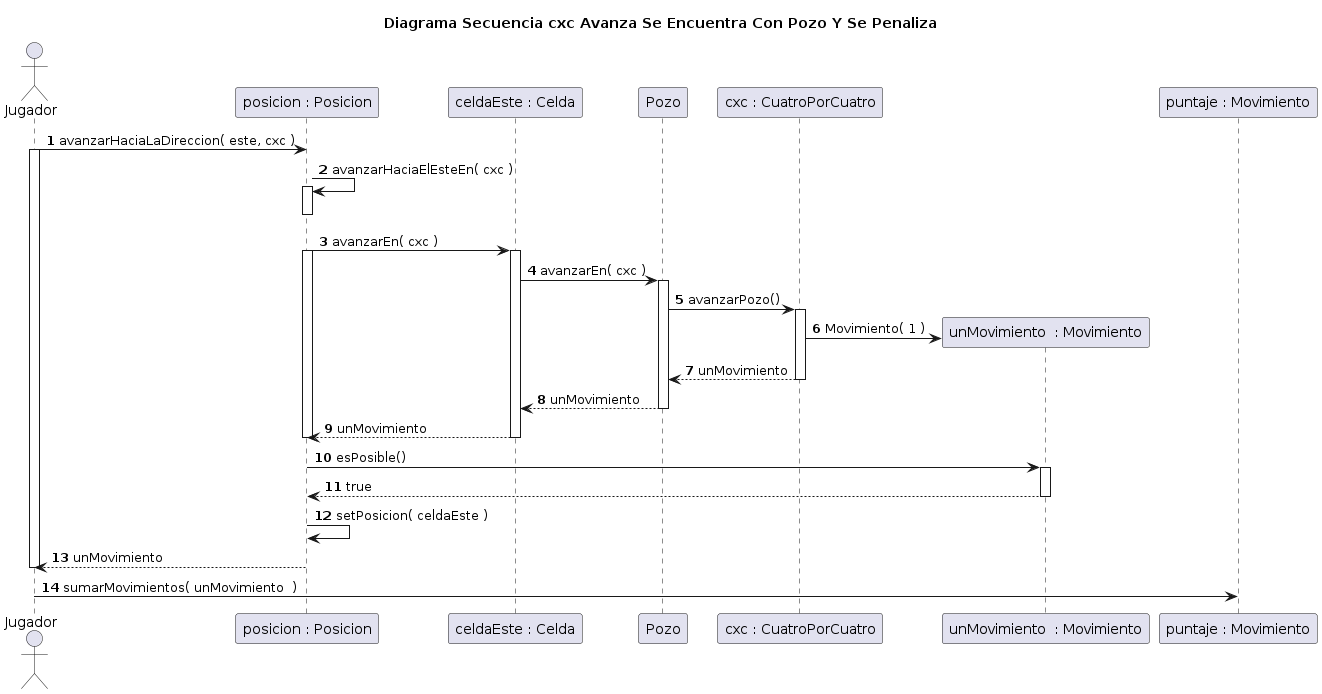
Before: diagrams/borradores/imagenes/DiagramaSecuenciaCasoConPozoEnCuatroPorCuatro.png, a diagram exported from PlantUML (rodrigovzq/algo3_tp2). The source it was exported from:
```plantuml
@startuml
title Diagrama Secuencia cxc Avanza Se Encuentra Con Pozo Y Se Penaliza

autonumber

actor Jugador

Jugador -> "posicion : Posicion": avanzarHaciaLaDireccion( este, cxc )

activate Jugador
"posicion : Posicion" -> "posicion : Posicion"++: avanzarHaciaElEsteEn( cxc )

deactivate "posicion : Posicion"
"posicion : Posicion" -> "celdaEste : Celda"++: avanzarEn( cxc )

activate "posicion : Posicion"
"celdaEste : Celda" -> Pozo++: avanzarEn( cxc )
Pozo -> "cxc : CuatroPorCuatro"++: avanzarPozo()
create "unMovimiento  : Movimiento"
"cxc : CuatroPorCuatro" -> "unMovimiento  : Movimiento": Movimiento( 1 )
"cxc : CuatroPorCuatro" --> Pozo: unMovimiento
deactivate "cxc : CuatroPorCuatro"
Pozo --> "celdaEste : Celda": unMovimiento
deactivate Pozo
"celdaEste : Celda" --> "posicion : Posicion": unMovimiento
deactivate "celdaEste : Celda"
deactivate "posicion : Posicion"


"unMovimiento  : Movimiento" <- "posicion : Posicion"++: esPosible()
"unMovimiento  : Movimiento" --> "posicion : Posicion": true
deactivate "unMovimiento  : Movimiento"
"posicion : Posicion" -> "posicion : Posicion": setPosicion( celdaEste )

"posicion : Posicion" --> Jugador: unMovimiento

deactivate Jugador
Jugador -> "puntaje : Movimiento": sumarMovimientos( unMovimiento  )

@enduml
```
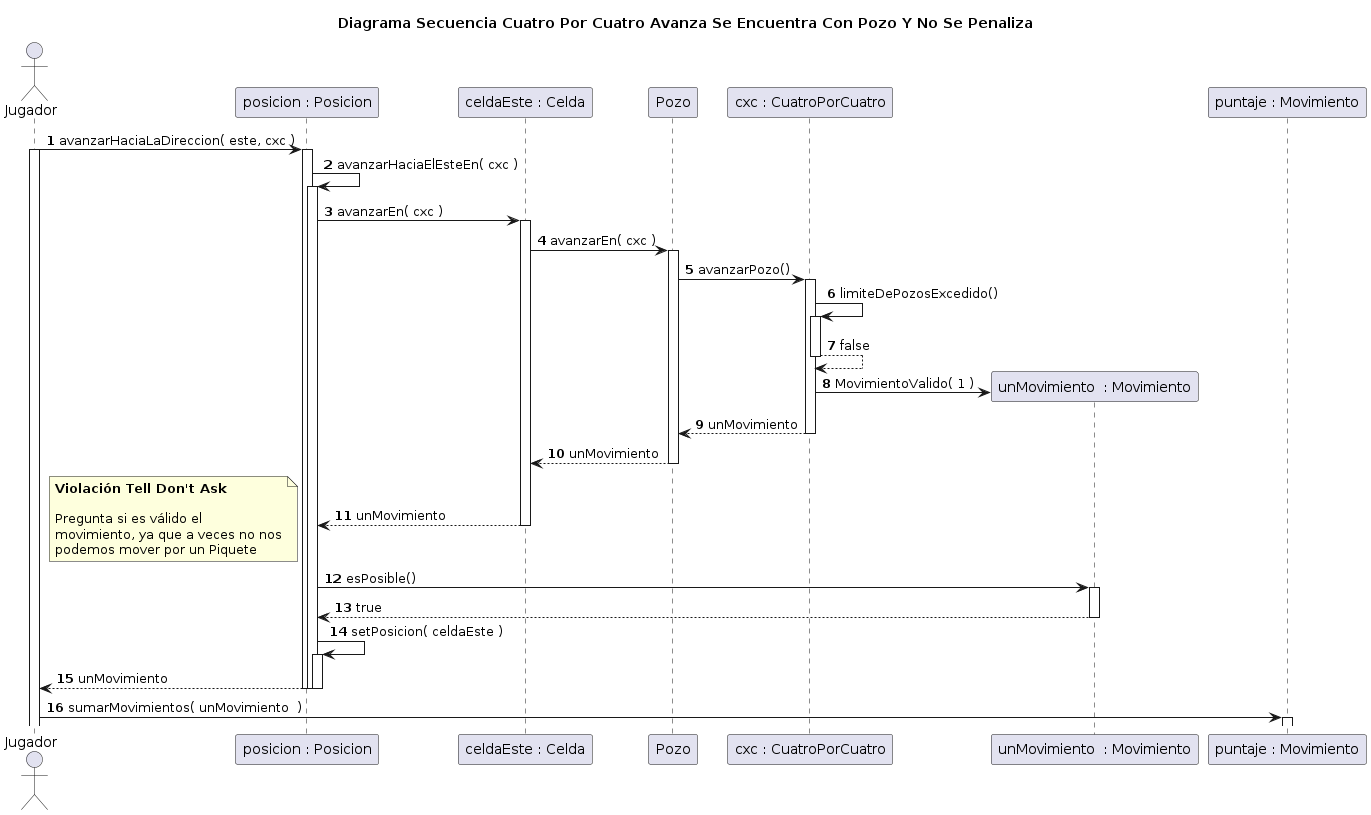
Above is the later version.

The edit, as a diff of the source:
```diff
@@ -1,40 +1,48 @@
 @startuml
-title Diagrama Secuencia cxc Avanza Se Encuentra Con Pozo Y Se Penaliza
+title Diagrama Secuencia Cuatro Por Cuatro Avanza Se Encuentra Con Pozo Y No Se Penaliza
 
 autonumber
 
 actor Jugador
 
-Jugador -> "posicion : Posicion": avanzarHaciaLaDireccion( este, cxc )
+Jugador -> "posicion : Posicion"++: avanzarHaciaLaDireccion( este, cxc )
 
 activate Jugador
 "posicion : Posicion" -> "posicion : Posicion"++: avanzarHaciaElEsteEn( cxc )
 
-deactivate "posicion : Posicion"
 "posicion : Posicion" -> "celdaEste : Celda"++: avanzarEn( cxc )
 
-activate "posicion : Posicion"
 "celdaEste : Celda" -> Pozo++: avanzarEn( cxc )
 Pozo -> "cxc : CuatroPorCuatro"++: avanzarPozo()
+"cxc : CuatroPorCuatro" -> "cxc : CuatroPorCuatro"++: limiteDePozosExcedido()
+"cxc : CuatroPorCuatro" --> "cxc : CuatroPorCuatro"--: false
 create "unMovimiento  : Movimiento"
-"cxc : CuatroPorCuatro" -> "unMovimiento  : Movimiento": Movimiento( 1 )
+"cxc : CuatroPorCuatro" -> "unMovimiento  : Movimiento": MovimientoValido( 1 )
 "cxc : CuatroPorCuatro" --> Pozo: unMovimiento
 deactivate "cxc : CuatroPorCuatro"
 Pozo --> "celdaEste : Celda": unMovimiento
 deactivate Pozo
 "celdaEste : Celda" --> "posicion : Posicion": unMovimiento
 deactivate "celdaEste : Celda"
-deactivate "posicion : Posicion"
 
+note left
+**Violación Tell Don't Ask**
+
+Pregunta si es válido el
+movimiento, ya que a veces no nos
+podemos mover por un Piquete
+end note
 
 "unMovimiento  : Movimiento" <- "posicion : Posicion"++: esPosible()
 "unMovimiento  : Movimiento" --> "posicion : Posicion": true
 deactivate "unMovimiento  : Movimiento"
-"posicion : Posicion" -> "posicion : Posicion": setPosicion( celdaEste )
+"posicion : Posicion" -> "posicion : Posicion"++: setPosicion( celdaEste )
 
-"posicion : Posicion" --> Jugador: unMovimiento
 
-deactivate Jugador
-Jugador -> "puntaje : Movimiento": sumarMovimientos( unMovimiento  )
+"posicion : Posicion" --> Jugador--: unMovimiento
+deactivate "posicion : Posicion"
+deactivate "posicion : Posicion"
+
+Jugador -> "puntaje : Movimiento"++: sumarMovimientos( unMovimiento  )
 
 @enduml
```
